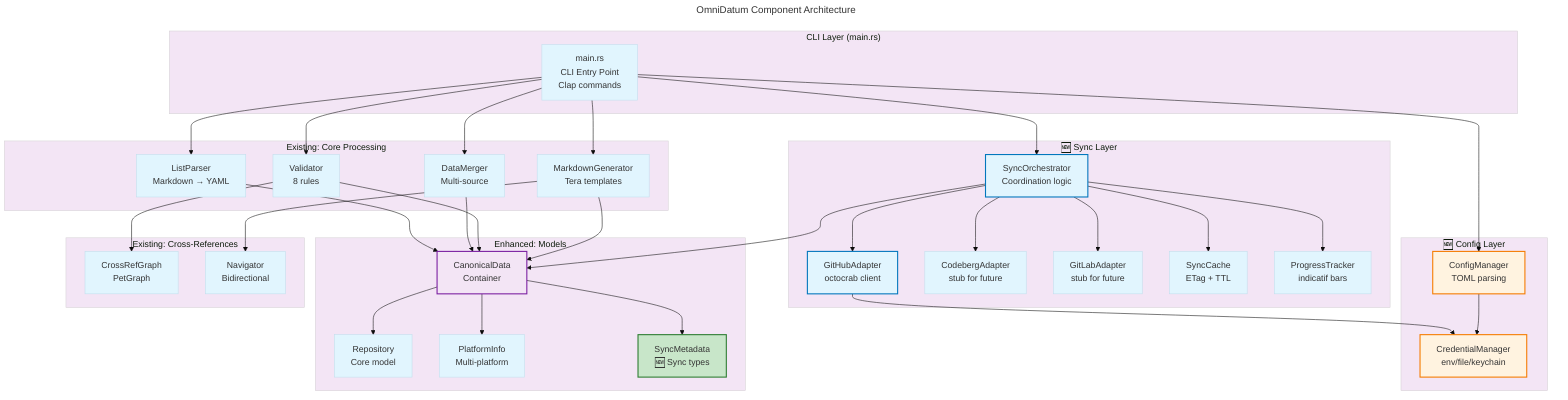
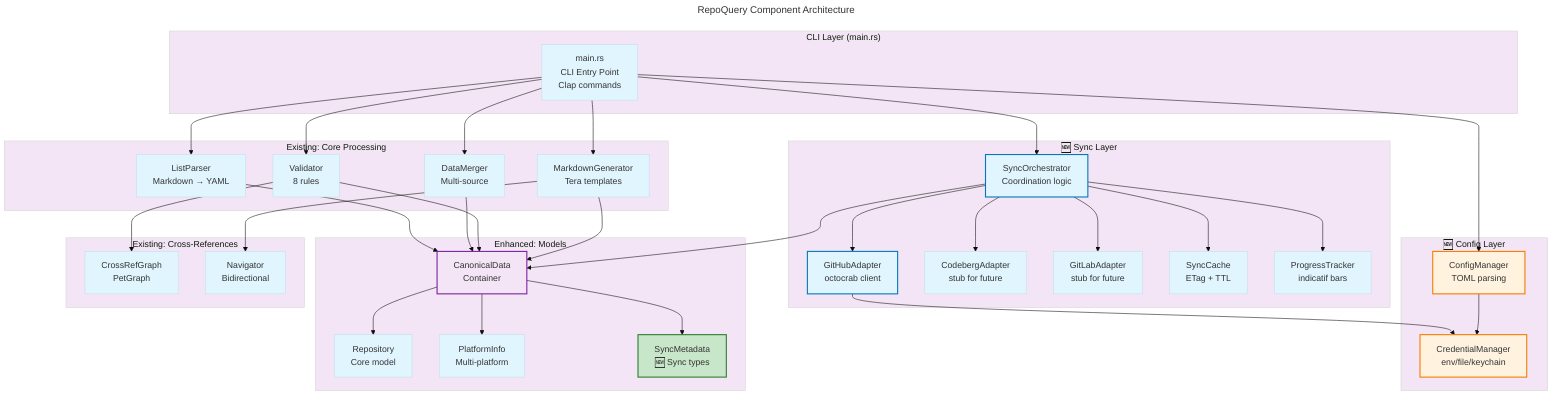
---
- title: OmniDatum Component Architecture
+ title: RepoQuery Component Architecture
---
%%{init: {'theme':'base', 'themeVariables': {'primaryColor':'#e1f5fe','secondaryColor':'#fff3e0','tertiaryColor':'#f3e5f5'}}}%%
graph TB
    subgraph CLI["CLI Layer (main.rs)"]
        Main[main.rs<br/>CLI Entry Point<br/>Clap commands]
    end

    subgraph NewSync["🆕 Sync Layer"]
        SyncOrch[SyncOrchestrator<br/>Coordination logic]
        GitHubAdapt[GitHubAdapter<br/>octocrab client]
        CBAdapt[CodebergAdapter<br/>stub for future]
        GLAdapt[GitLabAdapter<br/>stub for future]
        SyncCache[SyncCache<br/>ETag + TTL]
        Progress[ProgressTracker<br/>indicatif bars]
    end

    subgraph NewConfig["🆕 Config Layer"]
        ConfigMgr[ConfigManager<br/>TOML parsing]
        CredMgr[CredentialManager<br/>env/file/keychain]
    end

    subgraph Core["Existing: Core Processing"]
        Parser[ListParser<br/>Markdown → YAML]
        Merger[DataMerger<br/>Multi-source]
        Validator[Validator<br/>8 rules]
        Generator[MarkdownGenerator<br/>Tera templates]
    end

    subgraph Models["Enhanced: Models"]
        Repo[Repository<br/>Core model]
        Platform[PlatformInfo<br/>Multi-platform]
        Canon[CanonicalData<br/>Container]
        SyncMeta[SyncMetadata<br/>🆕 Sync types]
    end

    subgraph CrossRefs["Existing: Cross-References"]
        Graph[CrossRefGraph<br/>PetGraph]
        Nav[Navigator<br/>Bidirectional]
    end

    Main --> SyncOrch
    Main --> Parser
    Main --> Merger
    Main --> Validator
    Main --> Generator
    Main --> ConfigMgr

    SyncOrch --> GitHubAdapt
    SyncOrch --> CBAdapt
    SyncOrch --> GLAdapt
    SyncOrch --> SyncCache
    SyncOrch --> Progress

    GitHubAdapt --> CredMgr
    ConfigMgr --> CredMgr

    SyncOrch --> Canon
    Parser --> Canon
    Merger --> Canon
    Validator --> Canon
    Generator --> Canon

    Canon --> Repo
    Canon --> Platform
    Canon --> SyncMeta

    Validator --> Graph
    Generator --> Nav

    style SyncOrch fill:#e1f5fe,stroke:#0277bd,stroke-width:2px
    style GitHubAdapt fill:#e1f5fe,stroke:#0277bd,stroke-width:2px
    style ConfigMgr fill:#fff3e0,stroke:#f57c00,stroke-width:2px
    style CredMgr fill:#fff3e0,stroke:#f57c00,stroke-width:2px
    style Canon fill:#f3e5f5,stroke:#7b1fa2,stroke-width:2px
    style SyncMeta fill:#c8e6c9,stroke:#2e7d32,stroke-width:2px

%% Last updated: 2025-12-11
%% Shows module dependencies and data flow
%% Legend: Blue=New Sync, Orange=New Config, Purple=Core Models, Green=New Types
%% Existing modules (Parser, Merger, Generator, Validator, CrossRefs) preserved